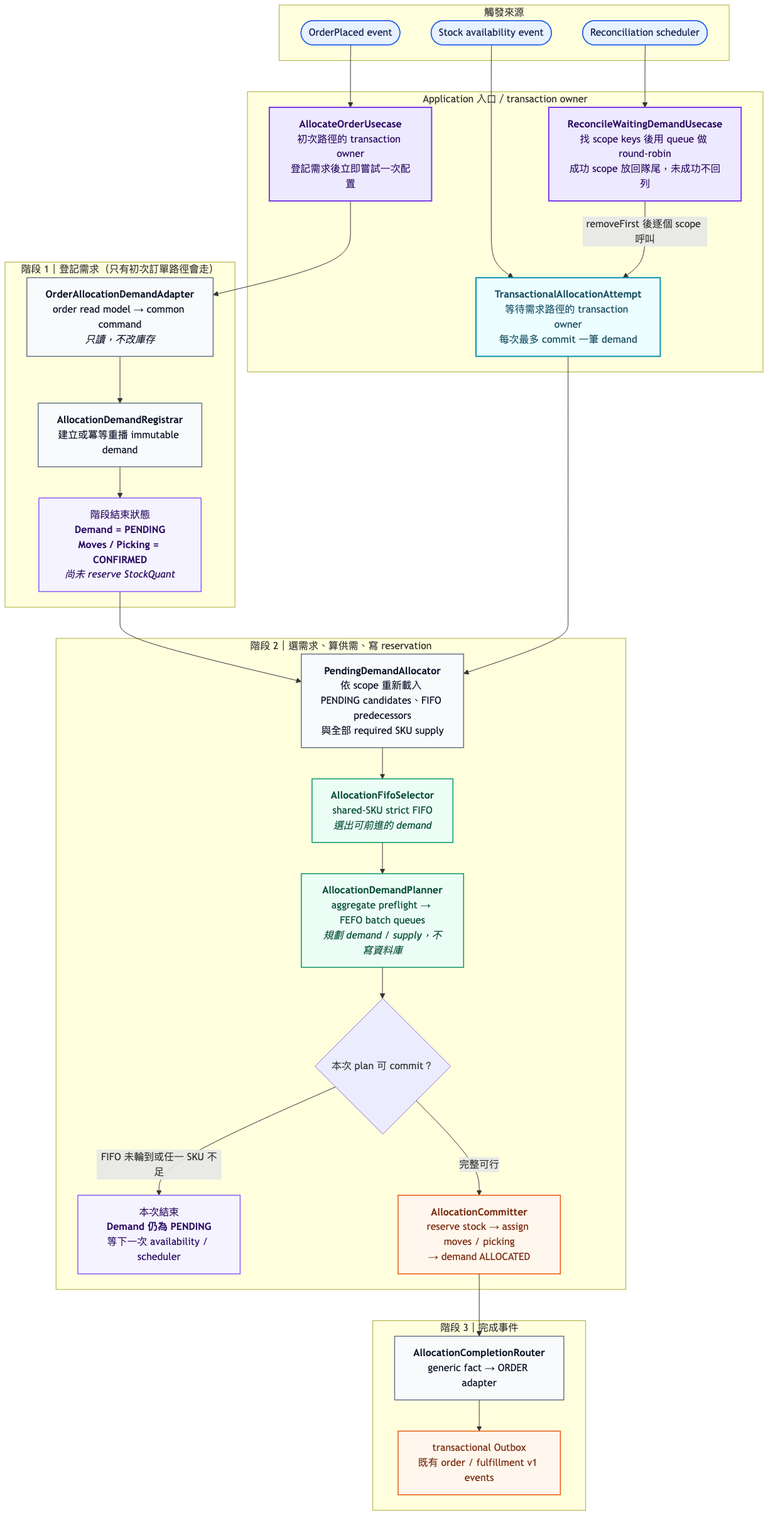
Earlier version of the Mermaid export docs/images/allocation-order-activity.png (zhjiangexe/order-allocation-arch-demo). Its source is kept beside it as docs/diagrams/allocation-order-activity.mmd.
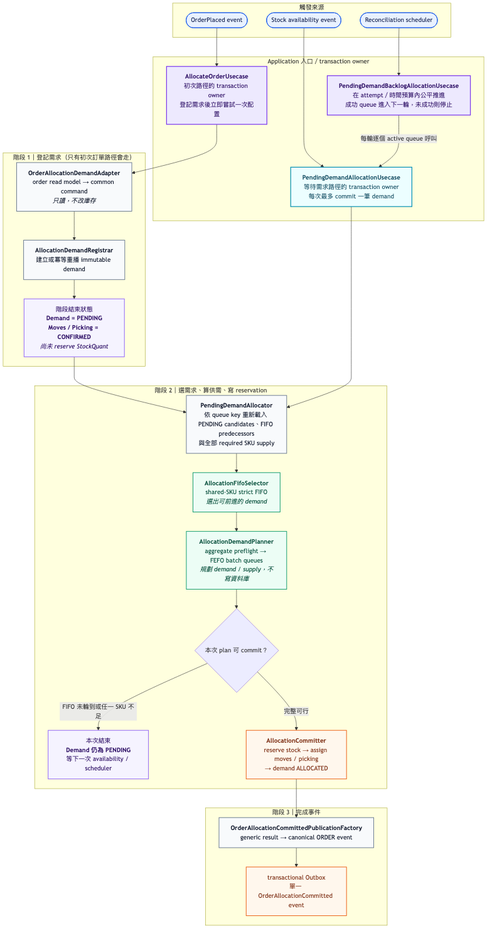
Later version of the same file.

The edit, as a diff of the source:
```diff
@@ -9,8 +9,8 @@
     subgraph ENTRIES["Application 入口／transaction owner"]
       direction TB
       ORDER_UC["<b>AllocateOrderUsecase</b><br/>初次路徑的 transaction owner<br/>登記需求後立即嘗試一次配置"]
-      WAITING_TX["<b>TransactionalAllocationAttempt</b><br/>等待需求路徑的 transaction owner<br/>每次最多 commit 一筆 demand"]
-      RECONCILE_UC["<b>ReconcileWaitingDemandUsecase</b><br/>找 scope keys 後用 queue 做 round-robin<br/>成功 scope 放回隊尾，未成功不回列"]
+      WAITING_TX["<b>PendingDemandAllocationUsecase</b><br/>等待需求路徑的 transaction owner<br/>每次最多 commit 一筆 demand"]
+      RECONCILE_UC["<b>PendingDemandBacklogAllocationUsecase</b><br/>在 attempt／時間預算內公平推進<br/>成功 queue 進入下一輪，未成功則停止"]
     end
 
     subgraph REGISTRATION["階段 1｜登記需求（只有初次訂單路徑會走）"]
@@ -22,7 +22,7 @@
 
     subgraph ATTEMPT["階段 2｜選需求、算供需、寫 reservation"]
       direction TB
-      COORDINATOR["<b>PendingDemandAllocator</b><br/>依 scope 重新載入 PENDING candidates、FIFO predecessors<br/>與全部 required SKU supply"]
+      COORDINATOR["<b>PendingDemandAllocator</b><br/>依 queue key 重新載入 PENDING candidates、FIFO predecessors<br/>與全部 required SKU supply"]
       FIFO["<b>AllocationFifoSelector</b><br/>shared-SKU strict FIFO<br/><i>選出可前進的 demand</i>"]
       PLANNER["<b>AllocationDemandPlanner</b><br/>aggregate preflight → FEFO batch queues<br/><i>規劃 demand / supply，不寫資料庫</i>"]
       DECISION{"本次 plan 可 commit？"}
@@ -42,7 +42,7 @@
 
     STOCK_EVENT --> WAITING_TX
     SCHEDULER --> RECONCILE_UC
-    RECONCILE_UC -- "removeFirst 後逐個 scope 呼叫" --> WAITING_TX
+    RECONCILE_UC -- "每輪逐個 active queue 呼叫" --> WAITING_TX
     WAITING_TX --> COORDINATOR
 
     COORDINATOR --> FIFO --> PLANNER --> DECISION
```
